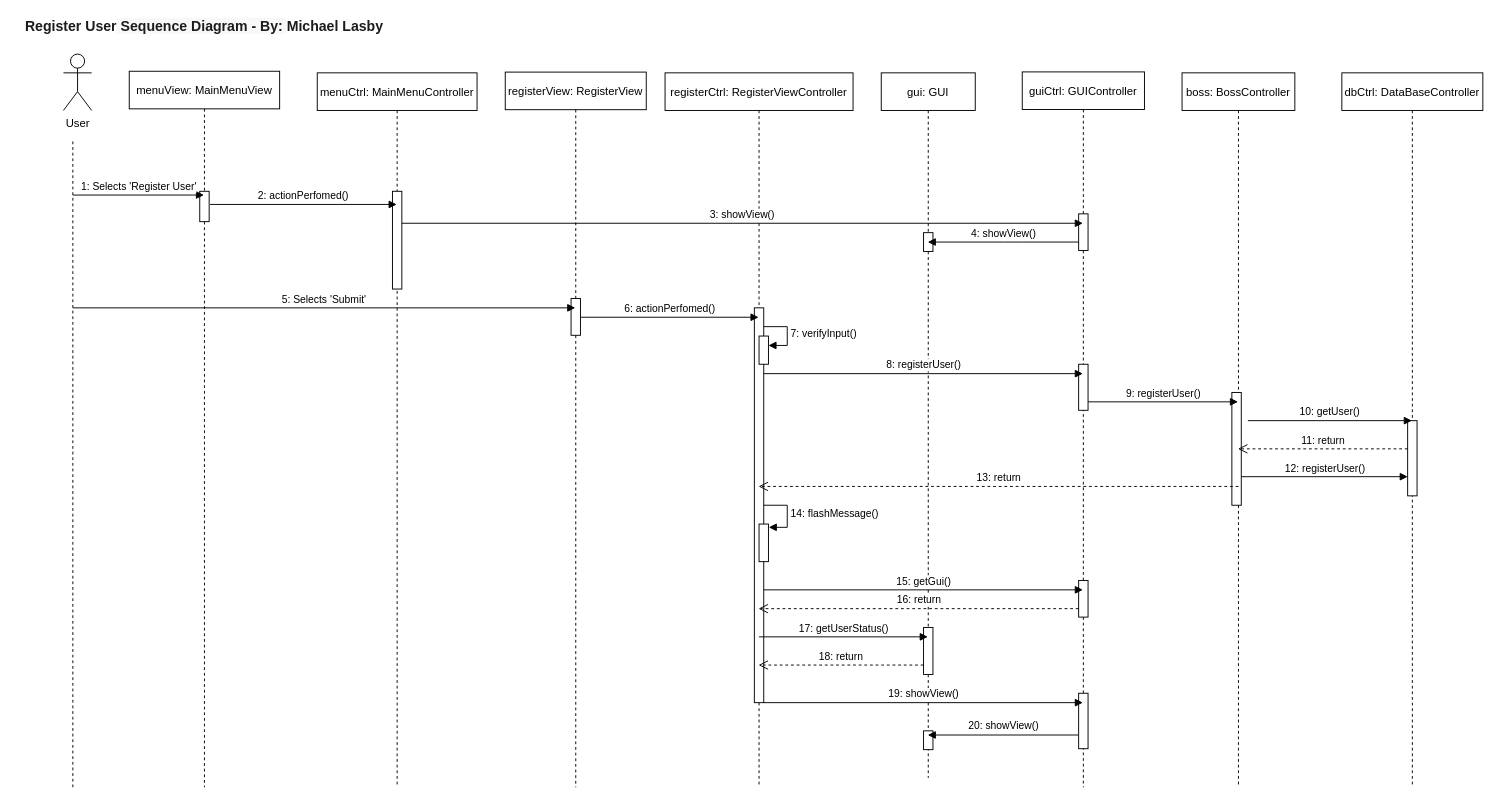
Earlier version of the draw.io diagram SequenceDiagrams/SequenceRegisterUser.drawio (mklasby/ENSF_619_PROJECT). Source tidied: cells renumbered, new cells numbered last; positions are measured from the earlier drawing's top-left corner, leaving out a move shared by most shapes. Both pictures are drawn from the tidied source at 94%, with x=0, y=0 at pixel (16, 16).
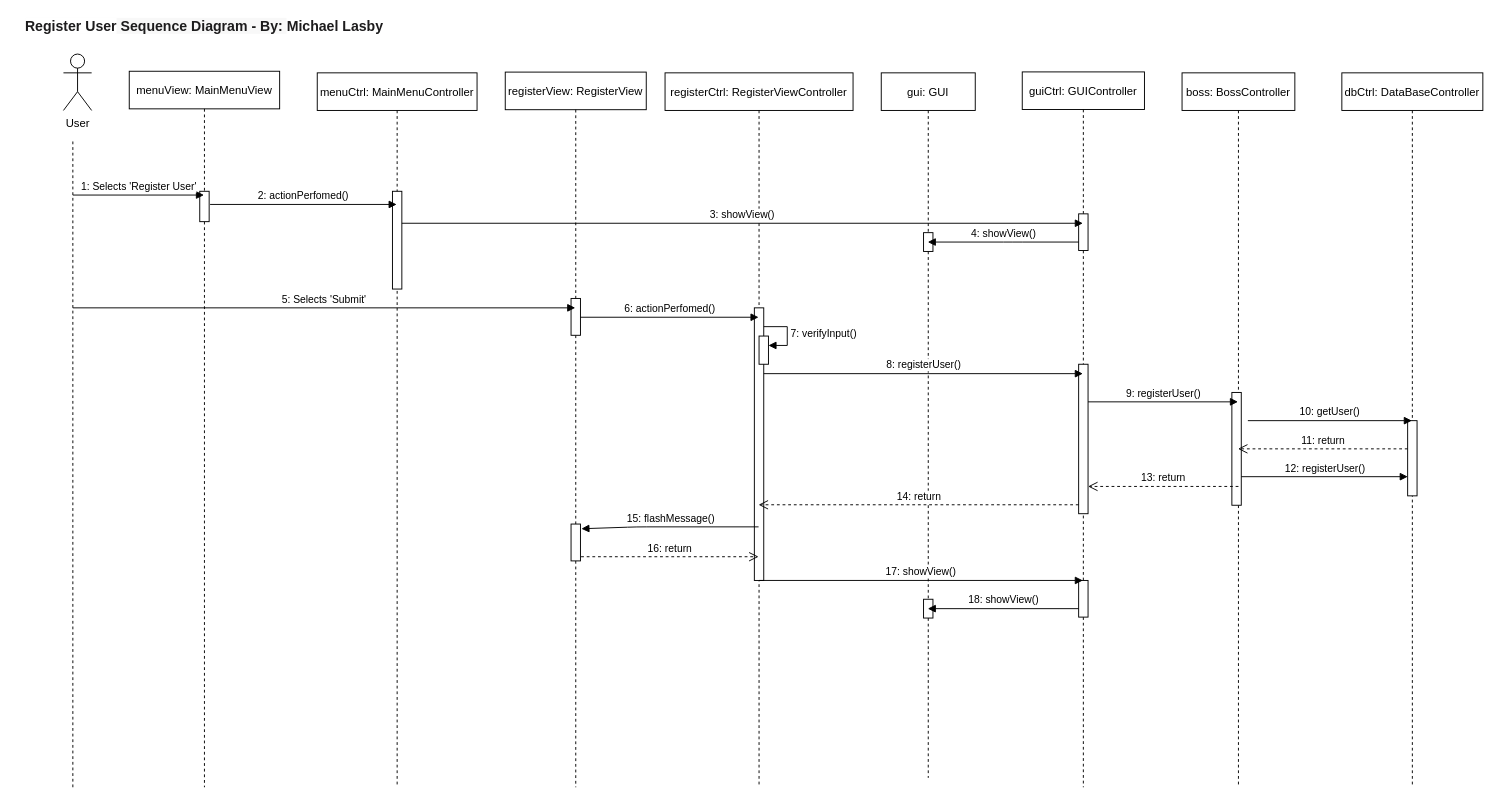
After the change.

Unchanged cells that the change refers to:
```xml
<mxCell id="2" value="gui: GUI" style="shape=umlLifeline;perimeter=lifelinePerimeter;rounded=0;shadow=0;strokeWidth=1;" parent="1" vertex="1">
  <mxGeometry x="920" y="60" width="100" height="750" as="geometry" />
</mxCell>
<mxCell id="14" value="registerView: RegisterView" style="shape=umlLifeline;perimeter=lifelinePerimeter;rounded=0;shadow=0;strokeWidth=1;" parent="1" vertex="1">
  <mxGeometry x="520" y="59.2" width="150" height="760.8" as="geometry" />
</mxCell>
<mxCell id="16" value="registerCtrl: RegisterViewController" style="shape=umlLifeline;perimeter=lifelinePerimeter;rounded=0;shadow=0;strokeWidth=1;" parent="1" vertex="1">
  <mxGeometry x="690" y="60" width="200" height="760" as="geometry" />
</mxCell>
<mxCell id="19" value="guiCtrl: GUIController" style="shape=umlLifeline;perimeter=lifelinePerimeter;rounded=0;shadow=0;strokeWidth=1;" parent="1" vertex="1">
  <mxGeometry x="1070" y="59" width="130" height="761" as="geometry" />
</mxCell>
<mxCell id="22" style="html=1;points=[];perimeter=orthogonalPerimeter;" parent="19" vertex="1">
  <mxGeometry x="60" y="541" width="10" height="39" as="geometry" />
</mxCell>
```

What changed in the source:
```diff
@@
-    <mxCell id="3" style="html=1;points=[];perimeter=orthogonalPerimeter;" parent="2" vertex="1">
-      <mxGeometry x="45" y="590" width="10" height="50" as="geometry" />
-    </mxCell>
@@
     <mxCell id="5" style="html=1;perimeter=orthogonalPerimeter;" parent="2" vertex="1">
-      <mxGeometry x="45" y="700" width="10" height="20" as="geometry" />
+      <mxGeometry x="45" y="560" width="10" height="20" as="geometry" />
     </mxCell>
@@
+    <mxCell id="48" style="html=1;points=[];perimeter=orthogonalPerimeter;" parent="14" vertex="1">
+      <mxGeometry x="70" y="480.8" width="10" height="39.2" as="geometry" />
+    </mxCell>
@@
     <mxCell id="21" style="html=1;perimeter=orthogonalPerimeter;" parent="19" vertex="1">
-      <mxGeometry x="60" y="311" width="10" height="49" as="geometry" />
+      <mxGeometry x="60" y="311" width="10" height="159" as="geometry" />
     </mxCell>
@@
-    <mxCell id="23" style="html=1;points=[];perimeter=orthogonalPerimeter;" parent="19" vertex="1">
-      <mxGeometry x="60" y="661" width="10" height="59" as="geometry" />
-    </mxCell>
@@
     <mxCell id="26" style="html=1;perimeter=orthogonalPerimeter;" parent="1" vertex="1">
-      <mxGeometry x="785" y="310" width="10" height="420" as="geometry" />
+      <mxGeometry x="785" y="310" width="10" height="290" as="geometry" />
     </mxCell>
@@
-    <mxCell id="33" value="13: return" style="html=1;verticalAlign=bottom;endArrow=open;dashed=1;endSize=8;" parent="1" edge="1" target="16">
+    <mxCell id="33" value="13: return" style="html=1;verticalAlign=bottom;endArrow=open;dashed=1;endSize=8;" parent="1" edge="1">
       <mxGeometry relative="1" as="geometry">
         <mxPoint x="1300" y="500" as="sourcePoint" />
+        <mxPoint x="1140" y="500" as="targetPoint" />
       </mxGeometry>
     </mxCell>
-    <mxCell id="34" style="html=1;points=[];perimeter=orthogonalPerimeter;" parent="1" vertex="1">
-      <mxGeometry x="790" y="540" width="10" height="40" as="geometry" />
-    </mxCell>
-    <mxCell id="35" value="14: flashMessage()" style="edgeStyle=orthogonalEdgeStyle;html=1;align=left;spacingLeft=2;endArrow=block;rounded=0;entryX=1.034;entryY=0.087;entryDx=0;entryDy=0;entryPerimeter=0;" parent="1" edge="1" target="34">
-      <mxGeometry relative="1" as="geometry">
-        <mxPoint x="795" y="520" as="sourcePoint" />
-        <Array as="points">
-          <mxPoint x="820" y="520" />
-          <mxPoint x="820" y="544" />
-        </Array>
-      </mxGeometry>
-    </mxCell>
@@
-    <mxCell id="37" value="15: getGui()" style="html=1;verticalAlign=bottom;endArrow=block;" parent="1" edge="1" target="19">
-      <mxGeometry relative="1" as="geometry">
-        <mxPoint x="795" y="610" as="sourcePoint" />
-      </mxGeometry>
-    </mxCell>
-    <mxCell id="38" value="16: return" style="html=1;verticalAlign=bottom;endArrow=open;dashed=1;endSize=8;" parent="1" edge="1" target="16">
-      <mxGeometry relative="1" as="geometry">
-        <mxPoint x="1130" y="630" as="sourcePoint" />
-      </mxGeometry>
-    </mxCell>
-    <mxCell id="39" value="17: getUserStatus()" style="html=1;verticalAlign=bottom;endArrow=block;" parent="1" edge="1" target="2">
-      <mxGeometry relative="1" as="geometry">
-        <mxPoint x="790" y="660" as="sourcePoint" />
-      </mxGeometry>
-    </mxCell>
-    <mxCell id="40" value="18: return" style="html=1;verticalAlign=bottom;endArrow=open;dashed=1;endSize=8;" parent="1" edge="1" source="3" target="16">
-      <mxGeometry relative="1" as="geometry">
-        <Array as="points">
-          <mxPoint x="920" y="690" />
-        </Array>
-      </mxGeometry>
-    </mxCell>
-    <mxCell id="41" value="19: showView()" style="html=1;verticalAlign=bottom;endArrow=block;" parent="1" edge="1" target="19">
-      <mxGeometry relative="1" as="geometry">
-        <mxPoint x="795" y="730" as="sourcePoint" />
-      </mxGeometry>
-    </mxCell>
@@
-    <mxCell id="44" value="20: showView()" style="html=1;verticalAlign=bottom;endArrow=block;exitX=-0.04;exitY=0.753;exitDx=0;exitDy=0;exitPerimeter=0;" parent="1" edge="1" source="23" target="2">
-      <mxGeometry relative="1" as="geometry" />
-    </mxCell>
@@
+    <mxCell id="49" value="14: return" style="html=1;verticalAlign=bottom;endArrow=open;dashed=1;endSize=8;" parent="1" edge="1" target="16">
+      <mxGeometry relative="1" as="geometry">
+        <mxPoint x="1130" y="519.5" as="sourcePoint" />
+      </mxGeometry>
+    </mxCell>
+    <mxCell id="50" value="15: flashMessage()" style="html=1;verticalAlign=bottom;endArrow=block;" parent="1" edge="1" source="16">
+      <mxGeometry relative="1" as="geometry">
+        <mxPoint x="601" y="545" as="targetPoint" />
+        <Array as="points">
+          <mxPoint x="660" y="543" />
+        </Array>
+      </mxGeometry>
+    </mxCell>
+    <mxCell id="38" value="16: return" style="html=1;verticalAlign=bottom;endArrow=open;dashed=1;endSize=8;exitX=1.067;exitY=0.887;exitDx=0;exitDy=0;exitPerimeter=0;" parent="1" edge="1" source="48" target="16">
+      <mxGeometry relative="1" as="geometry" />
+    </mxCell>
+    <mxCell id="51" value="17: showView()" style="html=1;verticalAlign=bottom;endArrow=block;" parent="1" edge="1" target="19">
+      <mxGeometry relative="1" as="geometry">
+        <mxPoint x="790" y="600" as="sourcePoint" />
+      </mxGeometry>
+    </mxCell>
+    <mxCell id="52" value="18: showView()" style="html=1;verticalAlign=bottom;endArrow=block;exitX=0;exitY=0.769;exitDx=0;exitDy=0;exitPerimeter=0;" parent="1" edge="1" source="22" target="2">
+      <mxGeometry relative="1" as="geometry" />
+    </mxCell>
```
